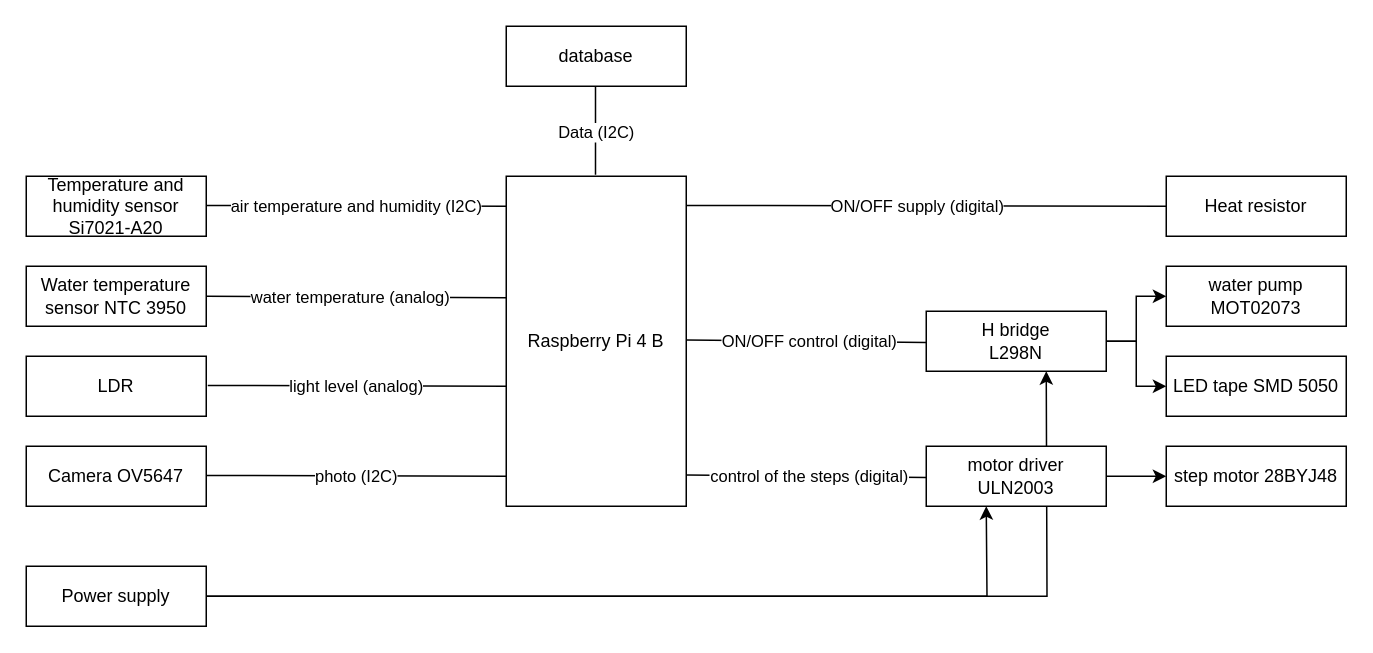
Earlier version of the draw.io diagram Diagrams/entity relations diagram.drawio (rafaelandrepedro/embebidos2122). Source tidied: cells renumbered, new cells numbered last; positions are measured from the earlier drawing's top-left corner, leaving out a move shared by most shapes. Both pictures are drawn from the tidied source at 150%, with x=0, y=0 at pixel (26, 26).
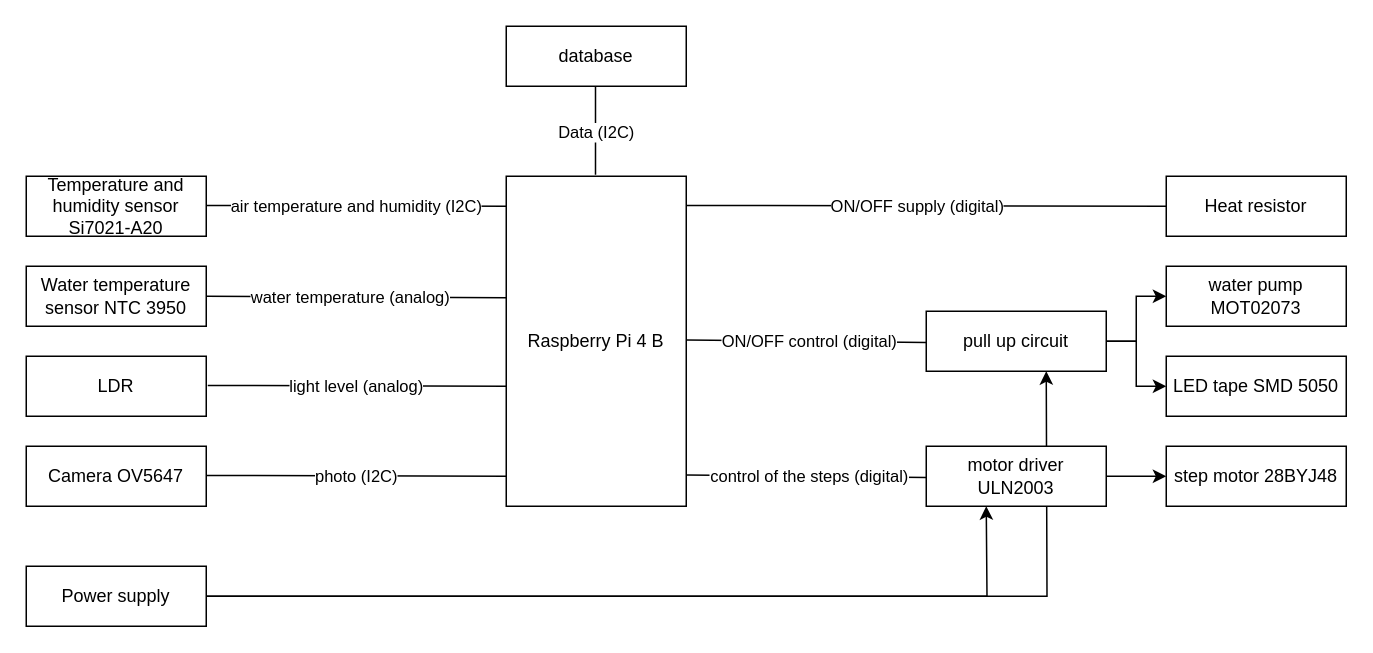
The same page after the edit.

The edit, as a diff of the source:
```diff
@@
-    <mxCell id="25" value="H bridge &lt;br&gt;L298N" style="rounded=0;whiteSpace=wrap;html=1;" parent="1" vertex="1">
+    <mxCell id="25" value="pull up circuit" style="rounded=0;whiteSpace=wrap;html=1;" parent="1" vertex="1">
       <mxGeometry x="600" y="190" width="120" height="40" as="geometry" />
     </mxCell>
```
